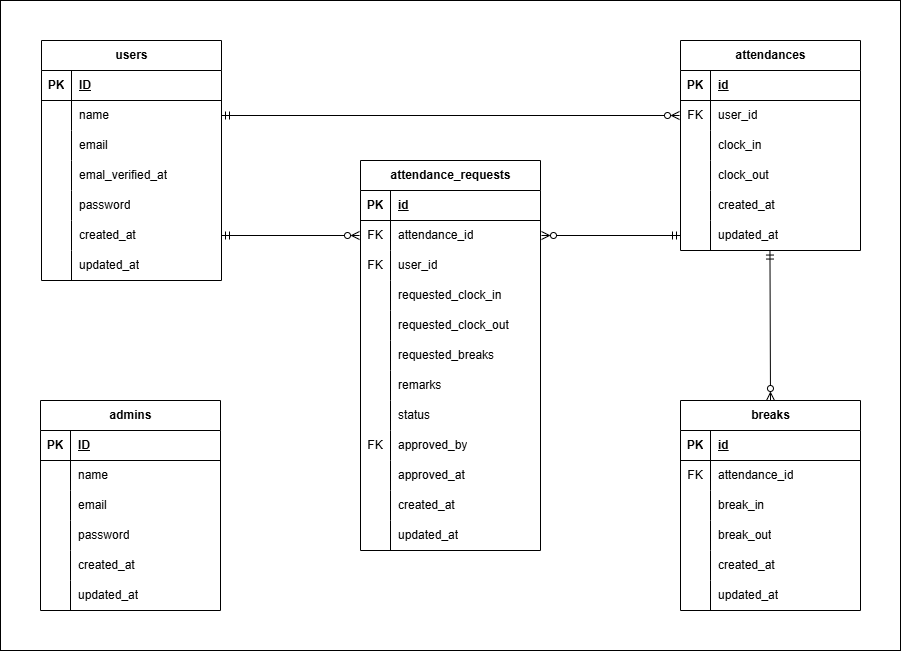
The draw.io diagram erd.png in kumumuma05/work-attendance, before a commit. Source tidied: cells renumbered, new cells last; positions are measured from the earlier drawing's top-left corner, leaving out a move shared by most shapes.
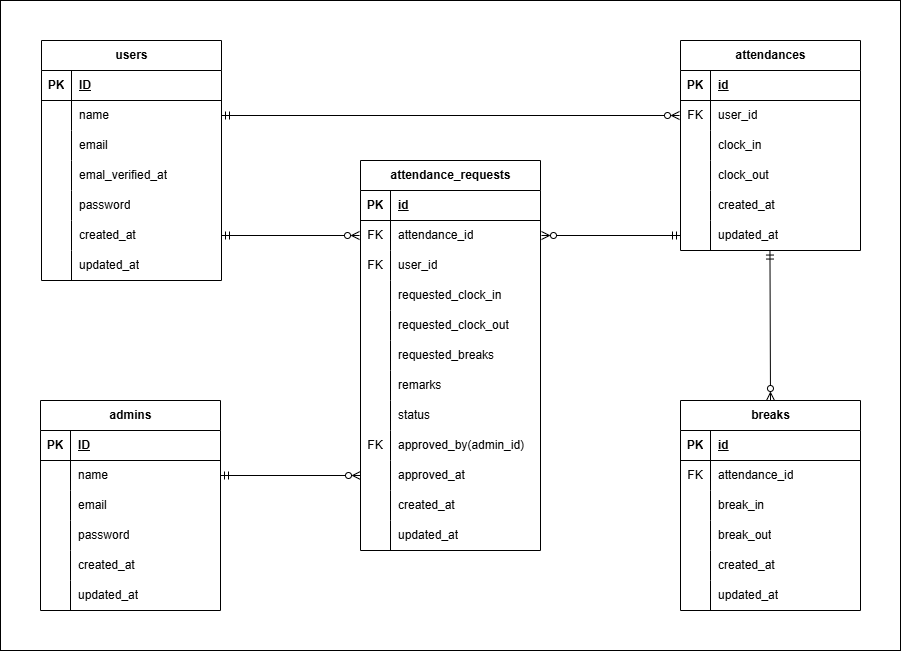
The same file after the commit.

What changed in the source:
```diff
@@ -323,7 +323,7 @@
     <mxCell id="108" value="FK" style="shape=partialRectangle;fillColor=none;top=0;left=0;bottom=0;right=0;overflow=hidden;whiteSpace=wrap;html=1;" parent="107" vertex="1">
       <mxGeometry width="30" height="30" as="geometry" />
     </mxCell>
-    <mxCell id="109" value="approved_by" style="shape=partialRectangle;fillColor=none;top=0;left=0;bottom=0;right=0;align=left;spacingLeft=6;overflow=hidden;whiteSpace=wrap;html=1;" parent="107" vertex="1">
+    <mxCell id="109" value="approved_by(admin_id)" style="shape=partialRectangle;fillColor=none;top=0;left=0;bottom=0;right=0;align=left;spacingLeft=6;overflow=hidden;whiteSpace=wrap;html=1;" parent="107" vertex="1">
       <mxGeometry x="30" width="150" height="30" as="geometry" />
     </mxCell>
     <mxCell id="110" style="shape=tableRow;horizontal=0;startSize=0;swimlaneHead=0;swimlaneBody=0;fillColor=none;points=[[0,0.5],[1,0.5]];portConstraint=eastwest;top=0;left=0;right=0;bottom=0;" parent="82" vertex="1">
@@ -365,5 +365,8 @@
     <mxCell id="122" style="fontSize=12;html=1;endArrow=ERmandOne;startArrow=ERzeroToMany;exitX=1;exitY=0.5;exitDx=0;exitDy=0;endFill=0;entryX=0;entryY=0.5;entryDx=0;entryDy=0;startFill=0;" parent="1" edge="1" source="86" target="19">
       <mxGeometry relative="1" as="geometry" />
     </mxCell>
+    <mxCell id="123" style="fontSize=12;html=1;endArrow=ERzeroToMany;startArrow=ERmandOne;exitX=1;exitY=0.5;exitDx=0;exitDy=0;endFill=0;entryX=0;entryY=0.5;entryDx=0;entryDy=0;startFill=0;" parent="1" edge="1" source="48" target="110">
+      <mxGeometry relative="1" as="geometry" />
+    </mxCell>
   </root>
 </mxGraphModel>
```
